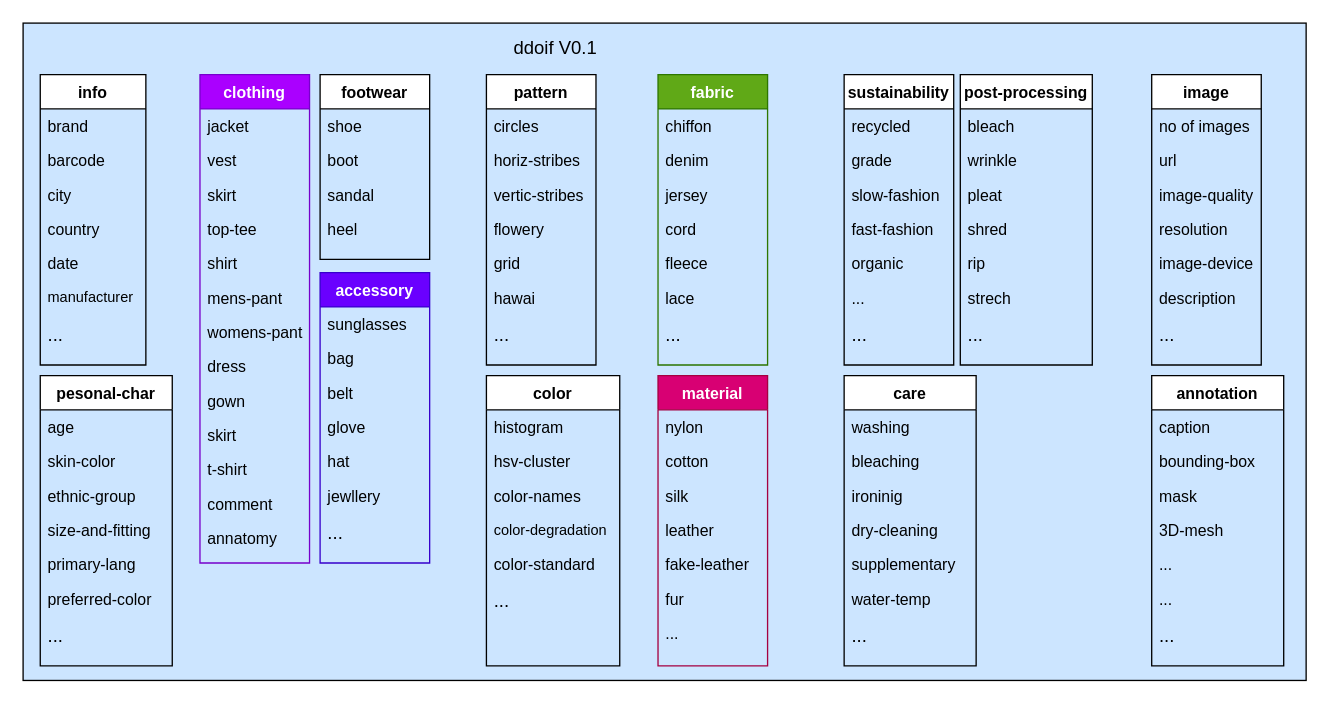
Before: ddoif.drawio in morawi/ddoif, a draw.io diagram. Source tidied: cells renumbered, new cells numbered last; positions are measured from the earlier drawing's top-left corner, leaving out a move shared by most shapes. Both pictures are drawn from the tidied source at 132%, with x=0, y=0 at pixel (22, 22).
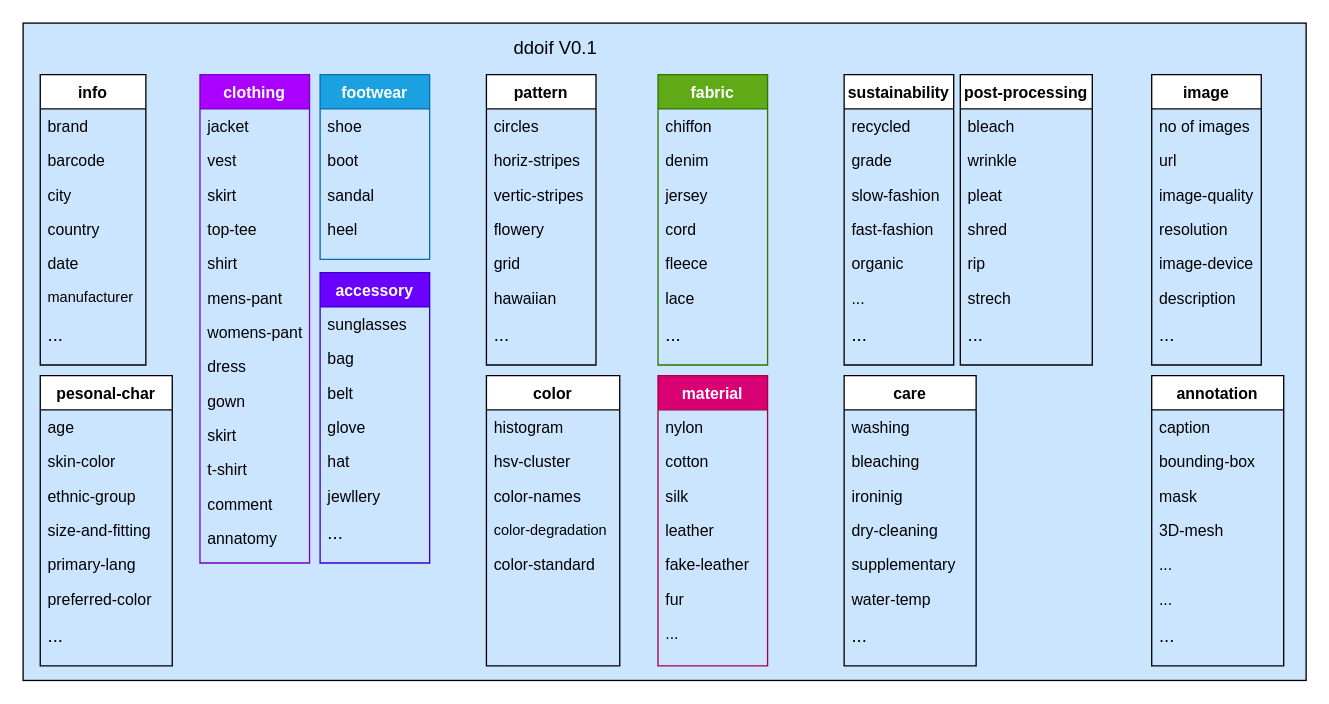
After the change.

Unchanged cells that the change refers to:
```xml
<mxCell id="36" value="pattern" style="swimlane;fontStyle=1;align=center;verticalAlign=top;horizontal=1;startSize=26;rounded=0;shadow=0;strokeWidth=1;" parent="1" vertex="1">
  <mxGeometry x="351" y="39" width="83" height="220" as="geometry" />
</mxCell>
<mxCell id="57" value="color" style="swimlane;fontStyle=1;align=center;verticalAlign=top;horizontal=1;startSize=26;rounded=0;shadow=0;strokeWidth=1;" parent="1" vertex="1">
  <mxGeometry x="351" y="267" width="101" height="220" as="geometry" />
</mxCell>
```

The edit, as a diff of the source:
```diff
@@
-    <mxCell id="38" value="horiz-stribes" style="text;align=left;verticalAlign=top;spacingLeft=4;spacingRight=4;overflow=hidden;rounded=0;shadow=0;html=0;" parent="36" vertex="1">
+    <mxCell id="38" value="horiz-stripes" style="text;align=left;verticalAlign=top;spacingLeft=4;spacingRight=4;overflow=hidden;rounded=0;shadow=0;html=0;" parent="36" vertex="1">
       <mxGeometry y="52" width="83" height="26" as="geometry" />
     </mxCell>
-    <mxCell id="39" value="vertic-stribes" style="text;align=left;verticalAlign=top;spacingLeft=4;spacingRight=4;overflow=hidden;rounded=0;shadow=0;html=0;" parent="36" vertex="1">
+    <mxCell id="39" value="vertic-stripes" style="text;align=left;verticalAlign=top;spacingLeft=4;spacingRight=4;overflow=hidden;rounded=0;shadow=0;html=0;" parent="36" vertex="1">
       <mxGeometry y="78" width="83" height="26" as="geometry" />
     </mxCell>
@@
-    <mxCell id="42" value="hawai" style="text;align=left;verticalAlign=top;spacingLeft=4;spacingRight=4;overflow=hidden;" parent="36" vertex="1">
+    <mxCell id="42" value="hawaiian" style="text;align=left;verticalAlign=top;spacingLeft=4;spacingRight=4;overflow=hidden;" parent="36" vertex="1">
       <mxGeometry y="156" width="83" height="26" as="geometry" />
     </mxCell>
@@
-    <mxCell id="44" value="footwear" style="swimlane;fontStyle=1;align=center;verticalAlign=top;horizontal=1;startSize=26;rounded=0;shadow=0;strokeWidth=1;" parent="1" vertex="1">
+    <mxCell id="44" value="footwear" style="swimlane;fontStyle=1;align=center;verticalAlign=top;horizontal=1;startSize=26;rounded=0;shadow=0;strokeWidth=1;fillColor=#1ba1e2;strokeColor=#006EAF;fontColor=#ffffff;" parent="1" vertex="1">
       <mxGeometry x="225" y="39" width="83" height="140" as="geometry" />
     </mxCell>
@@
-    <mxCell id="63" value="..." style="text;align=left;verticalAlign=top;spacingLeft=4;spacingRight=4;overflow=hidden;fontSize=14;" parent="57" vertex="1">
-      <mxGeometry y="156" width="101" height="26" as="geometry" />
-    </mxCell>
```
